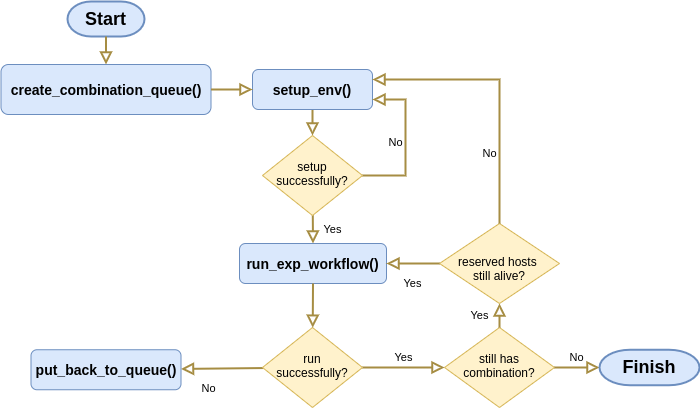
Earlier version of the draw.io export images/experiment_flowchart.png (ntlinh16/cloudal). Source tidied: cells renumbered, new cells last; positions are measured from the earlier drawing's top-left corner, leaving out a move shared by most shapes.
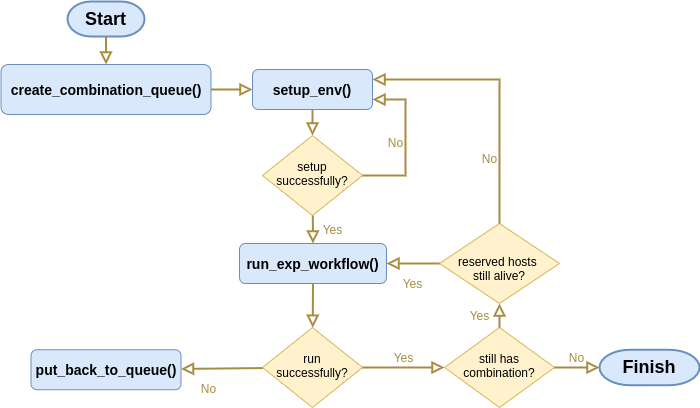
The same diagram one commit later.

Commit message:
doc: change the color of the diagram for dark mode

The edit, as a diff of the source:
```diff
@@ -8,10 +8,10 @@
     <mxCell id="3" value="&lt;font style=&quot;font-size: 14px&quot;&gt;&lt;b&gt;setup_env()&lt;/b&gt;&lt;/font&gt;" style="rounded=1;whiteSpace=wrap;html=1;fontSize=12;glass=0;strokeWidth=1;shadow=0;fillColor=#dae8fc;strokeColor=#6c8ebf;" parent="1" vertex="1">
       <mxGeometry x="251" y="68" width="120" height="40" as="geometry" />
     </mxCell>
-    <mxCell id="4" value="Yes" style="rounded=0;html=1;jettySize=auto;fontSize=11;endArrow=block;endFill=0;endSize=8;strokeWidth=2;shadow=0;labelBackgroundColor=none;entryX=0.5;entryY=0;entryDx=0;entryDy=0;strokeColor=#A68D43;" parent="1" edge="1" source="6" target="11">
+    <mxCell id="4" value="Yes" style="rounded=0;html=1;jettySize=auto;fontSize=12;endArrow=block;endFill=0;endSize=8;strokeWidth=2;shadow=0;labelBackgroundColor=none;entryX=0.5;entryY=0;entryDx=0;entryDy=0;strokeColor=#A68D43;fontColor=#A68D43;spacing=3;" parent="1" edge="1" source="6" target="11">
       <mxGeometry y="20" relative="1" as="geometry" />
     </mxCell>
-    <mxCell id="5" value="No" style="edgeStyle=orthogonalEdgeStyle;rounded=0;html=1;jettySize=auto;fontSize=11;endArrow=block;endFill=0;endSize=8;strokeWidth=2;shadow=0;labelBackgroundColor=none;entryX=1;entryY=0.75;entryDx=0;entryDy=0;exitX=1;exitY=0.5;exitDx=0;exitDy=0;strokeColor=#A68D43;" parent="1" edge="1" source="6" target="3">
+    <mxCell id="5" value="No" style="edgeStyle=orthogonalEdgeStyle;rounded=0;html=1;jettySize=auto;fontSize=12;endArrow=block;endFill=0;endSize=8;strokeWidth=2;shadow=0;labelBackgroundColor=none;entryX=1;entryY=0.75;entryDx=0;entryDy=0;exitX=1;exitY=0.5;exitDx=0;exitDy=0;strokeColor=#A68D43;fontColor=#A68D43;spacing=3;" parent="1" edge="1" source="6" target="3">
       <mxGeometry y="10" relative="1" as="geometry">
         <Array as="points">
           <mxPoint x="404" y="174" />
@@ -22,10 +22,10 @@
     <mxCell id="6" value="setup&lt;br&gt;successfully?" style="rhombus;whiteSpace=wrap;html=1;shadow=0;fontFamily=Helvetica;fontSize=12;align=center;strokeWidth=1;spacing=6;spacingTop=-4;fillColor=#fff2cc;strokeColor=#d6b656;" parent="1" vertex="1">
       <mxGeometry x="261" y="134" width="100" height="80" as="geometry" />
     </mxCell>
-    <mxCell id="7" value="No" style="rounded=0;html=1;jettySize=auto;fontSize=11;endArrow=block;endFill=0;endSize=8;strokeWidth=2;shadow=0;labelBackgroundColor=none;strokeColor=#A68D43;" parent="1" edge="1" source="9" target="10">
+    <mxCell id="7" value="No" style="rounded=0;html=1;jettySize=auto;fontSize=12;endArrow=block;endFill=0;endSize=8;strokeWidth=2;shadow=0;labelBackgroundColor=none;strokeColor=#A68D43;fontColor=#A68D43;spacing=3;" parent="1" edge="1" source="9" target="10">
       <mxGeometry x="0.33" y="20" relative="1" as="geometry" />
     </mxCell>
-    <mxCell id="8" value="Yes" style="rounded=0;html=1;jettySize=auto;fontSize=11;endArrow=block;endFill=0;endSize=8;strokeWidth=2;shadow=0;labelBackgroundColor=none;entryX=0;entryY=0.5;entryDx=0;entryDy=0;strokeColor=#A68D43;" parent="1" edge="1" source="9" target="12">
+    <mxCell id="8" value="Yes" style="rounded=0;html=1;jettySize=auto;fontSize=12;endArrow=block;endFill=0;endSize=8;strokeWidth=2;shadow=0;labelBackgroundColor=none;entryX=0;entryY=0.5;entryDx=0;entryDy=0;strokeColor=#A68D43;fontColor=#A68D43;spacing=3;" parent="1" edge="1" source="9" target="12">
       <mxGeometry y="10" relative="1" as="geometry" />
     </mxCell>
     <mxCell id="9" value="run successfully?" style="rhombus;whiteSpace=wrap;html=1;shadow=0;fontFamily=Helvetica;fontSize=12;align=center;strokeWidth=1;spacing=6;spacingTop=-4;fillColor=#fff2cc;strokeColor=#d6b656;" parent="1" vertex="1">
@@ -40,19 +40,19 @@
     <mxCell id="12" value="still has combination?" style="rhombus;whiteSpace=wrap;html=1;shadow=0;fontFamily=Helvetica;fontSize=12;align=center;strokeWidth=1;spacing=6;spacingTop=-4;fillColor=#fff2cc;strokeColor=#d6b656;" parent="1" vertex="1">
       <mxGeometry x="443" y="326" width="110" height="80" as="geometry" />
     </mxCell>
-    <mxCell id="13" value="Yes" style="rounded=0;html=1;jettySize=auto;fontSize=11;endArrow=block;endFill=0;endSize=8;strokeWidth=2;shadow=0;labelBackgroundColor=none;exitX=0.5;exitY=0;exitDx=0;exitDy=0;entryX=0.5;entryY=1;entryDx=0;entryDy=0;strokeColor=#A68D43;" parent="1" edge="1" source="12" target="15">
+    <mxCell id="13" value="Yes" style="rounded=0;html=1;jettySize=auto;fontSize=12;endArrow=block;endFill=0;endSize=8;strokeWidth=2;shadow=0;labelBackgroundColor=none;exitX=0.5;exitY=0;exitDx=0;exitDy=0;entryX=0.5;entryY=1;entryDx=0;entryDy=0;strokeColor=#A68D43;fontColor=#A68D43;spacing=3;" parent="1" edge="1" source="12" target="15">
       <mxGeometry y="20" relative="1" as="geometry" />
     </mxCell>
-    <mxCell id="14" value="No" style="rounded=0;html=1;jettySize=auto;fontSize=11;endArrow=block;endFill=0;endSize=8;strokeWidth=2;shadow=0;labelBackgroundColor=none;entryX=0;entryY=0.5;entryDx=0;entryDy=0;entryPerimeter=0;strokeColor=#A68D43;" parent="1" edge="1" source="12" target="21">
+    <mxCell id="14" value="No" style="rounded=0;html=1;jettySize=auto;fontSize=12;endArrow=block;endFill=0;endSize=8;strokeWidth=2;shadow=0;labelBackgroundColor=none;entryX=0;entryY=0.5;entryDx=0;entryDy=0;entryPerimeter=0;strokeColor=#A68D43;fontColor=#A68D43;spacing=3;" parent="1" edge="1" source="12" target="21">
       <mxGeometry y="10" relative="1" as="geometry" />
     </mxCell>
     <mxCell id="15" value="&lt;br&gt;reserved hosts &lt;br&gt;still alive?" style="rhombus;whiteSpace=wrap;html=1;shadow=0;fontFamily=Helvetica;fontSize=12;align=center;strokeWidth=1;spacing=6;spacingTop=-4;fillColor=#fff2cc;strokeColor=#d6b656;" parent="1" vertex="1">
       <mxGeometry x="438" y="222" width="120" height="80" as="geometry" />
     </mxCell>
-    <mxCell id="16" value="Yes" style="rounded=0;html=1;jettySize=auto;fontSize=11;endArrow=block;endFill=0;endSize=8;strokeWidth=2;shadow=0;labelBackgroundColor=none;entryX=1;entryY=0.5;entryDx=0;entryDy=0;exitX=0;exitY=0.5;exitDx=0;exitDy=0;strokeColor=#A68D43;" parent="1" edge="1" source="15" target="11">
+    <mxCell id="16" value="Yes" style="rounded=0;html=1;jettySize=auto;fontSize=12;endArrow=block;endFill=0;endSize=8;strokeWidth=2;shadow=0;labelBackgroundColor=none;entryX=1;entryY=0.5;entryDx=0;entryDy=0;exitX=0;exitY=0.5;exitDx=0;exitDy=0;strokeColor=#A68D43;fontColor=#A68D43;spacing=3;" parent="1" edge="1" source="15" target="11">
       <mxGeometry y="20" relative="1" as="geometry" />
     </mxCell>
-    <mxCell id="17" value="&amp;nbsp; &amp;nbsp; &amp;nbsp; &amp;nbsp; &amp;nbsp; &amp;nbsp; &amp;nbsp; &amp;nbsp;&lt;br&gt;&lt;br&gt;&lt;br&gt;&lt;br&gt;&lt;br&gt;&lt;br&gt;&lt;br&gt;&lt;br&gt;&lt;br&gt;&lt;br&gt;No" style="rounded=0;html=1;jettySize=auto;fontSize=11;endArrow=block;endFill=0;endSize=8;strokeWidth=2;shadow=0;labelBackgroundColor=none;entryX=1;entryY=0.25;entryDx=0;entryDy=0;exitX=0.5;exitY=0;exitDx=0;exitDy=0;comic=0;edgeStyle=orthogonalEdgeStyle;strokeColor=#A68D43;" parent="1" edge="1" source="15" target="3">
+    <mxCell id="17" value="&amp;nbsp; &amp;nbsp; &amp;nbsp; &amp;nbsp; &amp;nbsp; &amp;nbsp; &amp;nbsp; &amp;nbsp;&lt;br style=&quot;font-size: 12px;&quot;&gt;&lt;br style=&quot;font-size: 12px;&quot;&gt;&lt;br style=&quot;font-size: 12px;&quot;&gt;&lt;br style=&quot;font-size: 12px;&quot;&gt;&lt;br style=&quot;font-size: 12px;&quot;&gt;&lt;br style=&quot;font-size: 12px;&quot;&gt;&lt;br style=&quot;font-size: 12px;&quot;&gt;&lt;br style=&quot;font-size: 12px;&quot;&gt;&lt;br style=&quot;font-size: 12px;&quot;&gt;&lt;br style=&quot;font-size: 12px;&quot;&gt;No" style="rounded=0;html=1;jettySize=auto;fontSize=12;endArrow=block;endFill=0;endSize=8;strokeWidth=2;shadow=0;labelBackgroundColor=none;entryX=1;entryY=0.25;entryDx=0;entryDy=0;exitX=0.5;exitY=0;exitDx=0;exitDy=0;comic=0;edgeStyle=orthogonalEdgeStyle;strokeColor=#A68D43;fontColor=#A68D43;spacing=3;" parent="1" edge="1" source="15" target="3">
       <mxGeometry y="10" relative="1" as="geometry" />
     </mxCell>
     <mxCell id="18" style="rounded=0;html=1;jettySize=auto;fontSize=11;endArrow=block;endFill=0;endSize=8;strokeWidth=2;shadow=0;labelBackgroundColor=none;exitX=0.5;exitY=1;exitDx=0;exitDy=0;strokeColor=#A68D43;" parent="1" edge="1" source="11" target="9">
```
